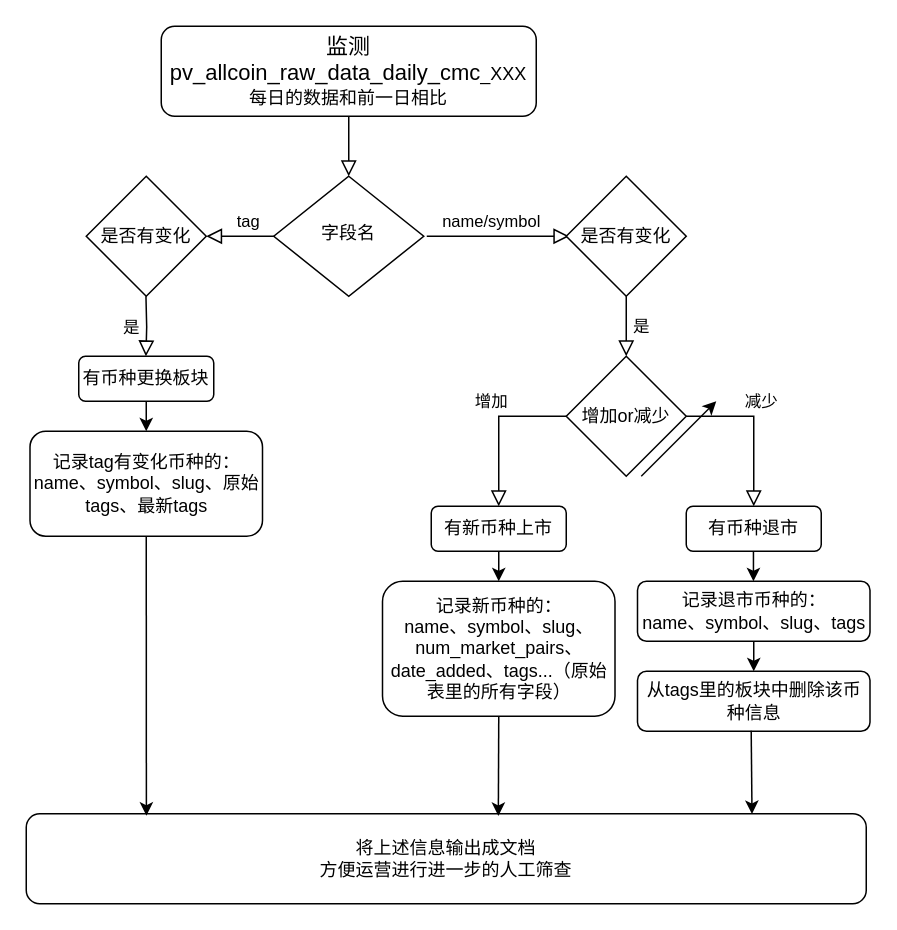
Earlier version of the draw.io diagram cmc脚本检测-新增“板块分类（币种信息）变化监测”功能.drawio (niuxinyan330/Falcon-). Source tidied: cells renumbered, new cells numbered last; positions are measured from the earlier drawing's top-left corner, leaving out a move shared by most shapes. Both pictures are drawn from the tidied source at 150%, with x=0, y=0 at pixel (26, 26).
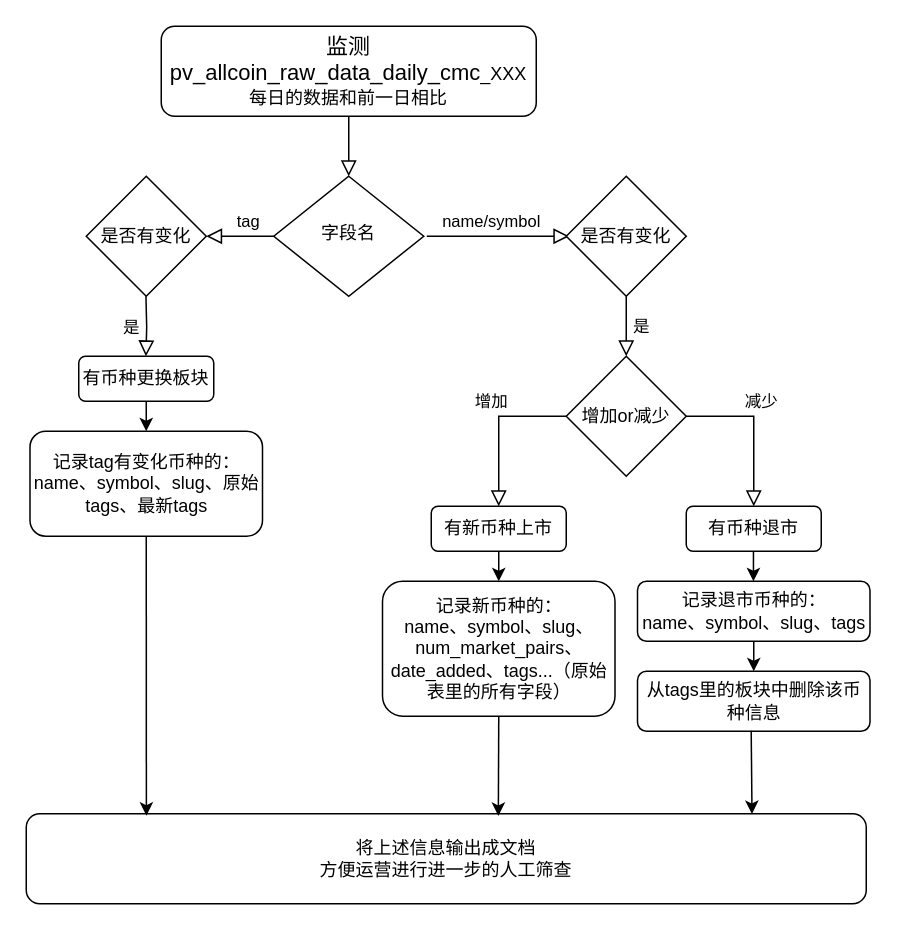
The same page after the edit.

Commit message (it also covers changes not shown here):
更新cmc脚本检测-新增“板块分类（币种信息）变化监测”功能.drawio

What changed in the source:
```diff
@@
-    <mxCell id="25" style="endArrow=classic;html=1;rounded=0;" parent="1" edge="1">
-      <mxGeometry relative="1" as="geometry">
-        <mxPoint x="410" y="300" as="sourcePoint" />
-        <mxPoint x="460" y="250" as="targetPoint" />
-      </mxGeometry>
-    </mxCell>
```
